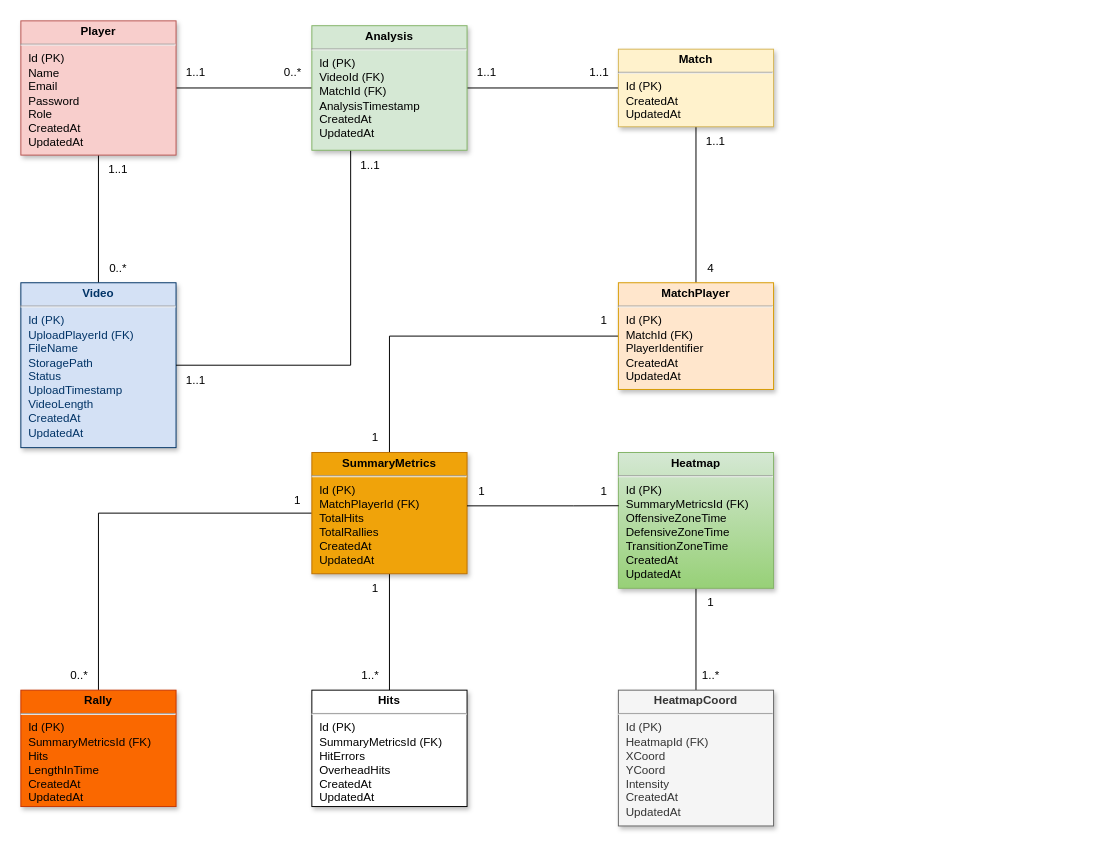
Before: Documentation/Analysis/Diagrams/RelationalModel.drawio in Olsen7351/Bachlor2025-Padel, a draw.io diagram. Source tidied: cells renumbered, new cells numbered last; positions are measured from the earlier drawing's top-left corner, leaving out a move shared by most shapes. Both pictures are drawn from the tidied source at 97%, with x=0, y=0 at pixel (20, 20).
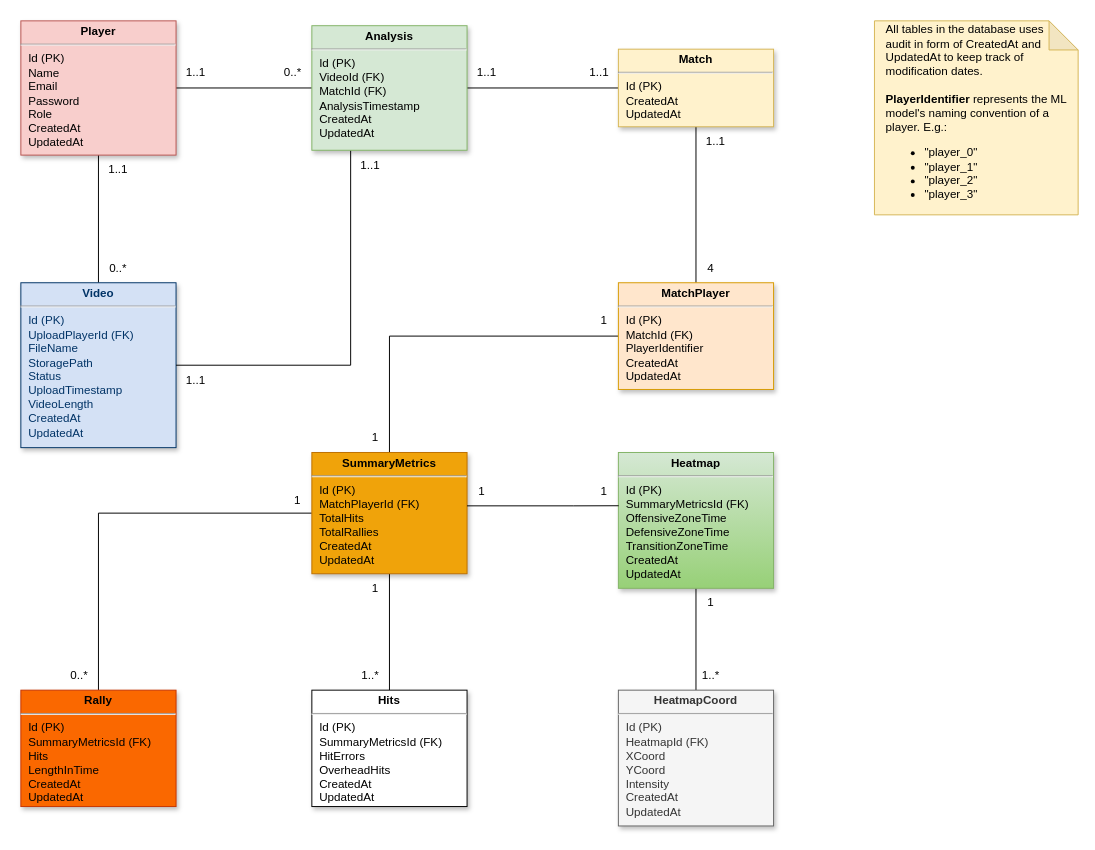
The same diagram, later.

The edit, as a diff of the source:
```diff
@@
+    <mxCell id="42" value="&lt;div style=&quot;padding-left: 10px; padding-right: 10px;&quot;&gt;All tables in the database uses audit in form of CreatedAt and UpdatedAt to keep track of modification dates.&lt;div&gt;&lt;br&gt;&lt;/div&gt;&lt;div&gt;&lt;b&gt;PlayerIdentifier&lt;/b&gt; represents the ML model's naming convention of a player. E.g.:&lt;/div&gt;&lt;div&gt;&lt;ul&gt;&lt;li&gt;&quot;player_0&quot;&lt;/li&gt;&lt;li&gt;&quot;player_1&quot;&lt;/li&gt;&lt;li&gt;&quot;player_2&quot;&lt;/li&gt;&lt;li&gt;&quot;player_3&quot;&lt;/li&gt;&lt;/ul&gt;&lt;/div&gt;&lt;/div&gt;" style="shape=note;whiteSpace=wrap;html=1;backgroundOutline=1;darkOpacity=0.05;fillColor=#fff2cc;strokeColor=#d6b656;align=left;" parent="1" vertex="1">
+      <mxGeometry x="880" width="210" height="200" as="geometry" />
+    </mxCell>
```
